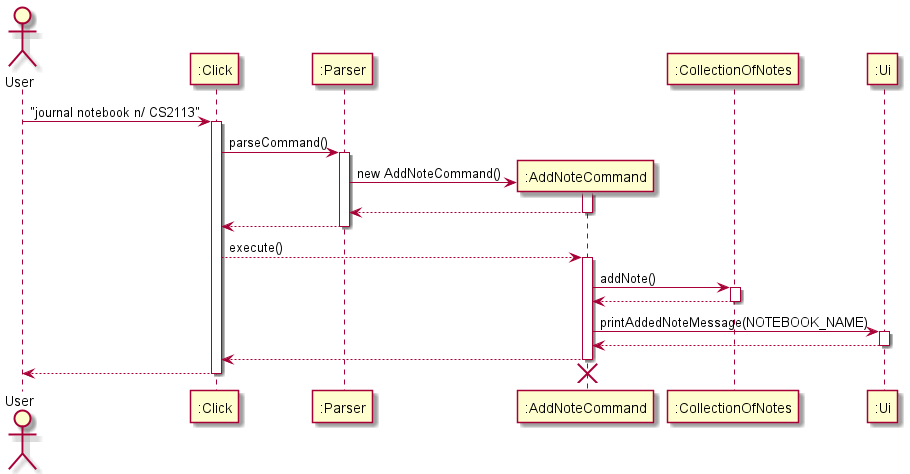
Before: docs/diagrams/journal/AddNoteCommand.png, a diagram exported from PlantUML (nus-cs2113-AY2122S1/tp).
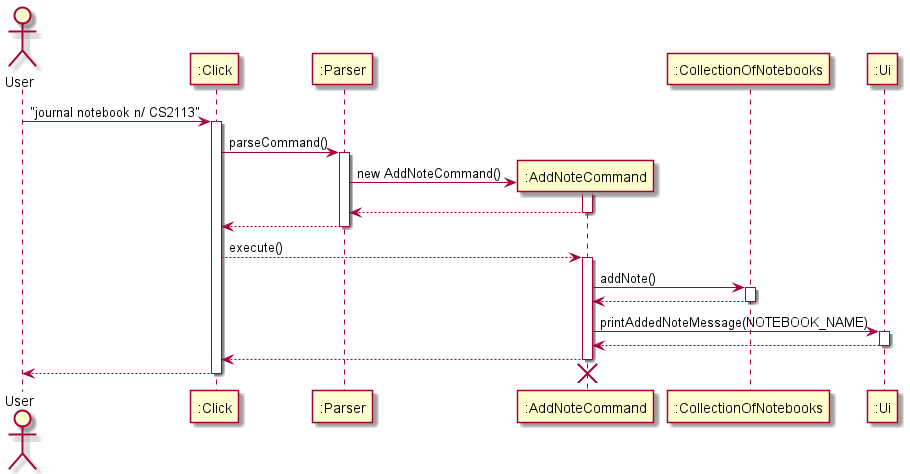
After the change.

Change to the diagram source:
```diff
@@ -15,9 +15,9 @@
 deactivate ":Parser"
 ":Click" --> ":AddNoteCommand" : execute()
 activate ":AddNoteCommand"
-participant ":CollectionOfNotes"
-":AddNoteCommand" -> ":CollectionOfNotes" : addNote()
-activate ":CollectionOfNotes"
+participant ":CollectionOfNotebooks"
+":AddNoteCommand" -> ":CollectionOfNotebooks" : addNote()
+activate ":CollectionOfNotebooks"
 return
 participant ":Ui"
 ":AddNoteCommand" -> ":Ui" : printAddedNoteMessage(NOTEBOOK_NAME)
```
